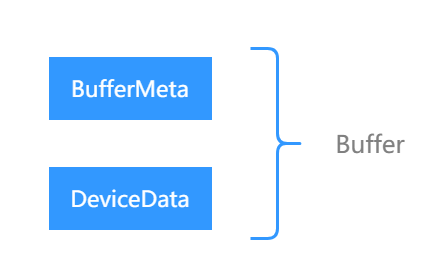
The draw.io diagram assets/images/figure/conception-feature/conception/buffer_construct.png in modelbox-ai/modelbox-book, before a commit. Source tidied: cells renumbered, new cells last; positions are measured from the earlier drawing's top-left corner, leaving out a move shared by most shapes.
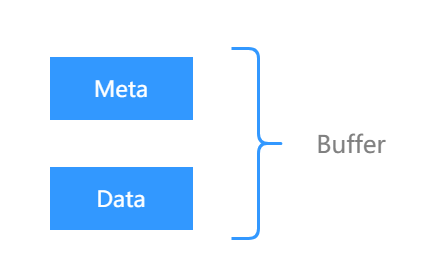
Above is the later version.

Commit message:
buffer contain data and meta

The edit, as a diff of the source:
```diff
@@ -3,13 +3,13 @@
     <mxCell id="0" />
     <mxCell id="1" parent="0" />
     <mxCell id="2" style="rounded=0;whiteSpace=wrap;html=1;fillColor=#FFFFFF;fontSize=24;strokeWidth=3;fontStyle=0;fontFamily=Microsoft YaHei;strokeColor=#FFFFFF;" parent="1" vertex="1">
-      <mxGeometry width="440" height="270" as="geometry" />
+      <mxGeometry x="19" width="421" height="270" as="geometry" />
     </mxCell>
-    <mxCell id="3" value="BufferMeta" style="rounded=0;whiteSpace=wrap;html=1;fillColor=#3298FF;fontSize=22;strokeWidth=3;fontStyle=0;strokeColor=#3298FF;fontFamily=Microsoft YaHei;fontColor=#FFFFFF;" parent="1" vertex="1">
-      <mxGeometry x="49" y="57" width="160" height="60" as="geometry" />
+    <mxCell id="3" value="Meta" style="rounded=0;whiteSpace=wrap;html=1;fillColor=#3298FF;fontSize=22;strokeWidth=3;fontStyle=0;strokeColor=#3298FF;fontFamily=Microsoft YaHei;fontColor=#FFFFFF;" parent="1" vertex="1">
+      <mxGeometry x="69" y="57" width="140" height="60" as="geometry" />
     </mxCell>
-    <mxCell id="4" value="DeviceData" style="rounded=0;whiteSpace=wrap;html=1;fillColor=#3298FF;fontSize=22;strokeWidth=3;fontStyle=0;strokeColor=#3298FF;fontFamily=Microsoft YaHei;fontColor=#FFFFFF;" parent="1" vertex="1">
-      <mxGeometry x="49" y="167" width="160" height="60" as="geometry" />
+    <mxCell id="4" value="Data" style="rounded=0;whiteSpace=wrap;html=1;fillColor=#3298FF;fontSize=22;strokeWidth=3;fontStyle=0;strokeColor=#3298FF;fontFamily=Microsoft YaHei;fontColor=#FFFFFF;" parent="1" vertex="1">
+      <mxGeometry x="69" y="167" width="140" height="60" as="geometry" />
     </mxCell>
     <mxCell id="5" style="shape=curlyBracket;whiteSpace=wrap;html=1;rounded=1;flipH=1;strokeColor=#3298FF;fontSize=24;strokeWidth=3;fontStyle=0;fontColor=#808080;fontFamily=Microsoft YaHei;" parent="1" vertex="1">
       <mxGeometry x="249" y="47" width="54" height="190" as="geometry" />
```
